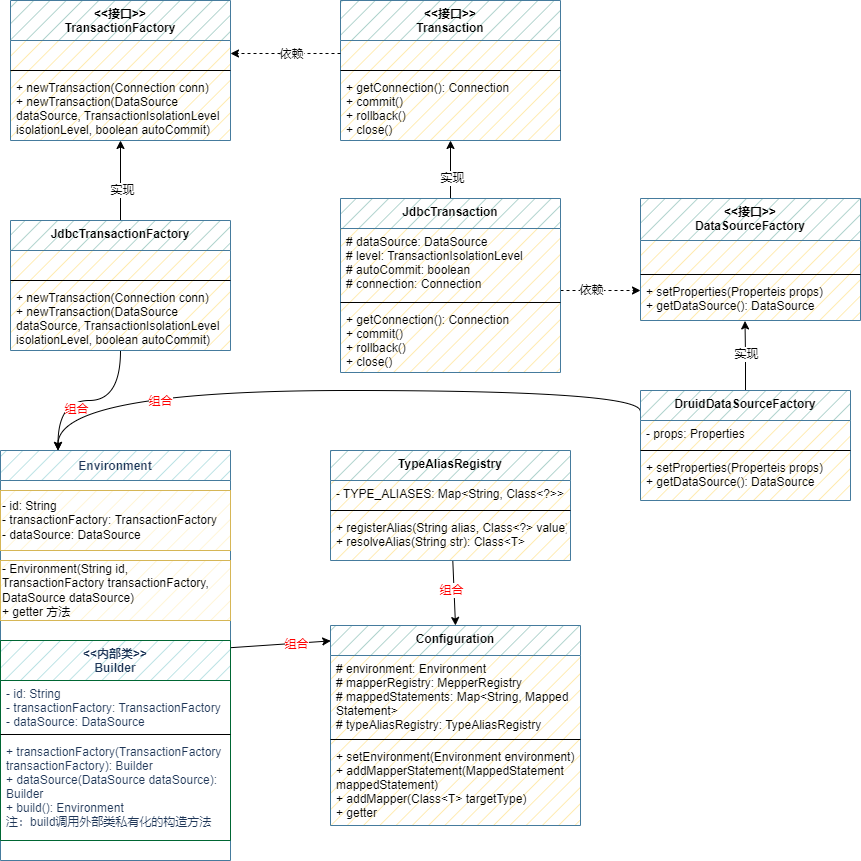
Before: wzz-mybatis/mybatis-step04-解析数据源并获取连接.drawio.png, a diagram exported from draw.io (wsxzei/markdown-photos). Source tidied: cells renumbered, new cells last; positions are measured from the earlier drawing's top-left corner, leaving out a move shared by most shapes.
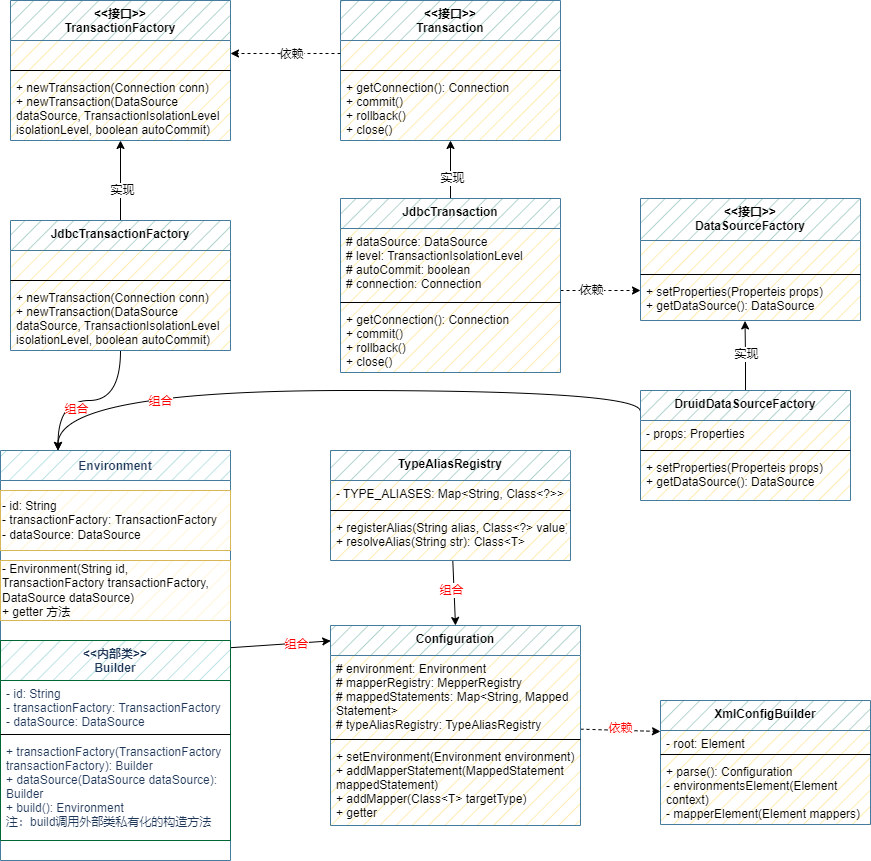
The same file after the commit.

Commit message:
更新mybatis-step04-解析数据源并获取连接.drawio.png

What changed in the source:
```diff
@@ -179,6 +179,14 @@
     <mxCell id="54" value="+ registerAlias(String alias, Class&lt;?&gt; value)&#10;+ resolveAlias(String str): Class&lt;T&gt;" style="text;strokeColor=none;fillColor=none;align=left;verticalAlign=top;spacingLeft=4;spacingRight=4;overflow=hidden;" parent="51" vertex="1">
       <mxGeometry y="64" width="240" height="46" as="geometry" />
     </mxCell>
+    <mxCell id="59" style="edgeStyle=none;rounded=0;jettySize=auto;html=1;entryX=0;entryY=0.25;entryDx=0;entryDy=0;fontColor=#FF0000;dashed=1;" parent="1" edge="1" source="55" target="61">
+      <mxGeometry relative="1" as="geometry" />
+    </mxCell>
+    <mxCell id="60" value="依赖" style="edgeLabel;html=1;align=center;verticalAlign=middle;fontColor=#FF0000;" parent="59" vertex="1">
+      <mxGeometry x="-0.5" y="-2" relative="1" as="geometry">
+        <mxPoint x="20" y="-4" as="offset" />
+      </mxGeometry>
+    </mxCell>
     <mxCell id="55" value="Configuration" style="swimlane;fontStyle=1;align=center;verticalAlign=top;horizontal=1;startSize=30;gradientColor=none;swimlaneFillColor=#FFE599;fillStyle=hatch;fillColor=#9AC7BF;strokeColor=#457B9D;" parent="1" vertex="1">
       <mxGeometry x="330" y="625" width="250" height="200" as="geometry" />
     </mxCell>
@@ -191,5 +199,17 @@
     <mxCell id="58" value="+ setEnvironment(Environment environment)&#10;+ addMapperStatement(MappedStatement &#10;mappedStatement)&#10;+ addMapper(Class&lt;T&gt; targetType)&#10;+ getter" style="text;strokeColor=none;fillColor=none;align=left;verticalAlign=top;spacingLeft=4;spacingRight=4;overflow=hidden;" parent="55" vertex="1">
       <mxGeometry y="118" width="250" height="82" as="geometry" />
     </mxCell>
+    <mxCell id="61" value="XmlConfigBuilder" style="swimlane;fontStyle=1;align=center;verticalAlign=top;horizontal=1;startSize=30;gradientColor=none;swimlaneFillColor=#FFE599;fillStyle=hatch;fillColor=#9AC7BF;strokeColor=#457B9D;" parent="1" vertex="1">
+      <mxGeometry x="660" y="700" width="210" height="124" as="geometry" />
+    </mxCell>
+    <mxCell id="62" value="- root: Element" style="text;strokeColor=none;fillColor=none;align=left;verticalAlign=top;spacingLeft=4;spacingRight=4;overflow=hidden;" parent="61" vertex="1">
+      <mxGeometry y="30" width="210" height="20" as="geometry" />
+    </mxCell>
+    <mxCell id="63" style="line;strokeWidth=1;fillColor=none;align=left;verticalAlign=middle;spacingTop=-1;spacingLeft=3;spacingRight=3;labelPosition=right;" parent="61" vertex="1">
+      <mxGeometry y="50" width="210" height="8" as="geometry" />
+    </mxCell>
+    <mxCell id="64" value="+ parse(): Configuration&#10;- environmentsElement(Element &#10;context)&#10;- mapperElement(Element mappers)" style="text;strokeColor=none;fillColor=none;align=left;verticalAlign=top;spacingLeft=4;spacingRight=4;overflow=hidden;" parent="61" vertex="1">
+      <mxGeometry y="58" width="210" height="66" as="geometry" />
+    </mxCell>
   </root>
 </mxGraphModel>
```
